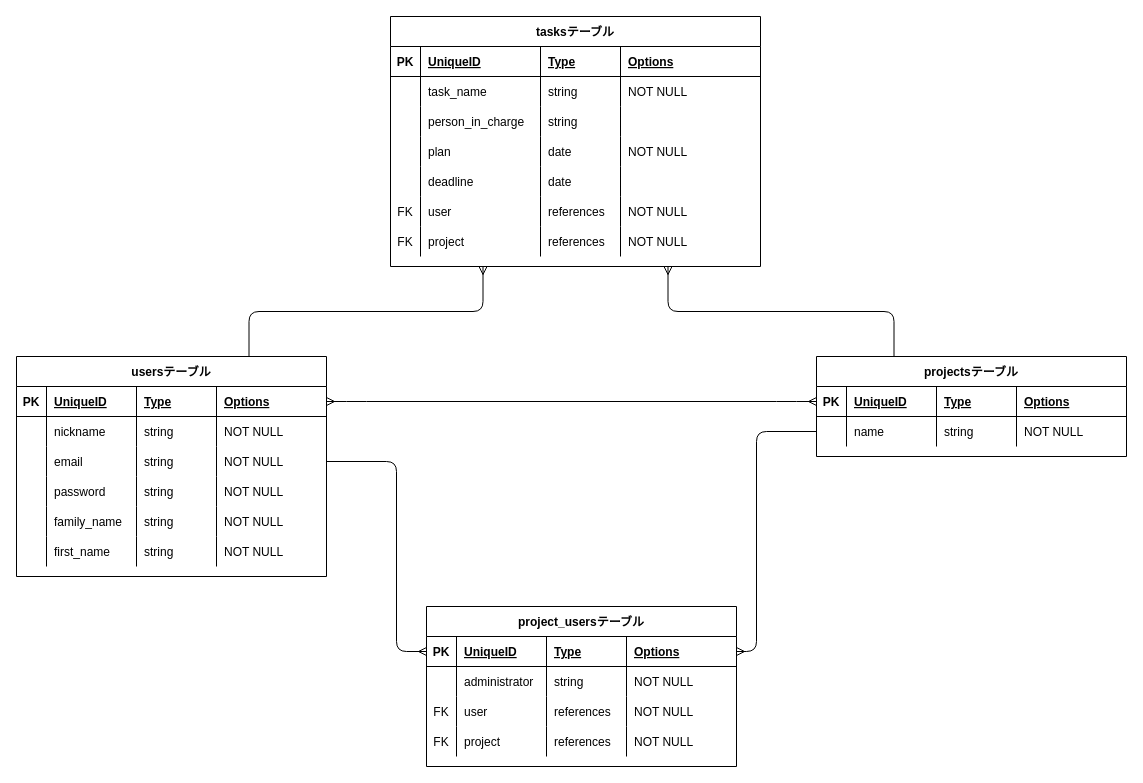
yosuke-yagishita/puromane-30458 keeps this draw.io diagram as er_draw.dio. Above is the earlier version. Source tidied: cells renumbered, new cells numbered last; positions are measured from the earlier drawing's top-left corner, leaving out a move shared by most shapes. Both pictures are drawn from the tidied source at 100%, with x=0, y=0 at pixel (16, 16).
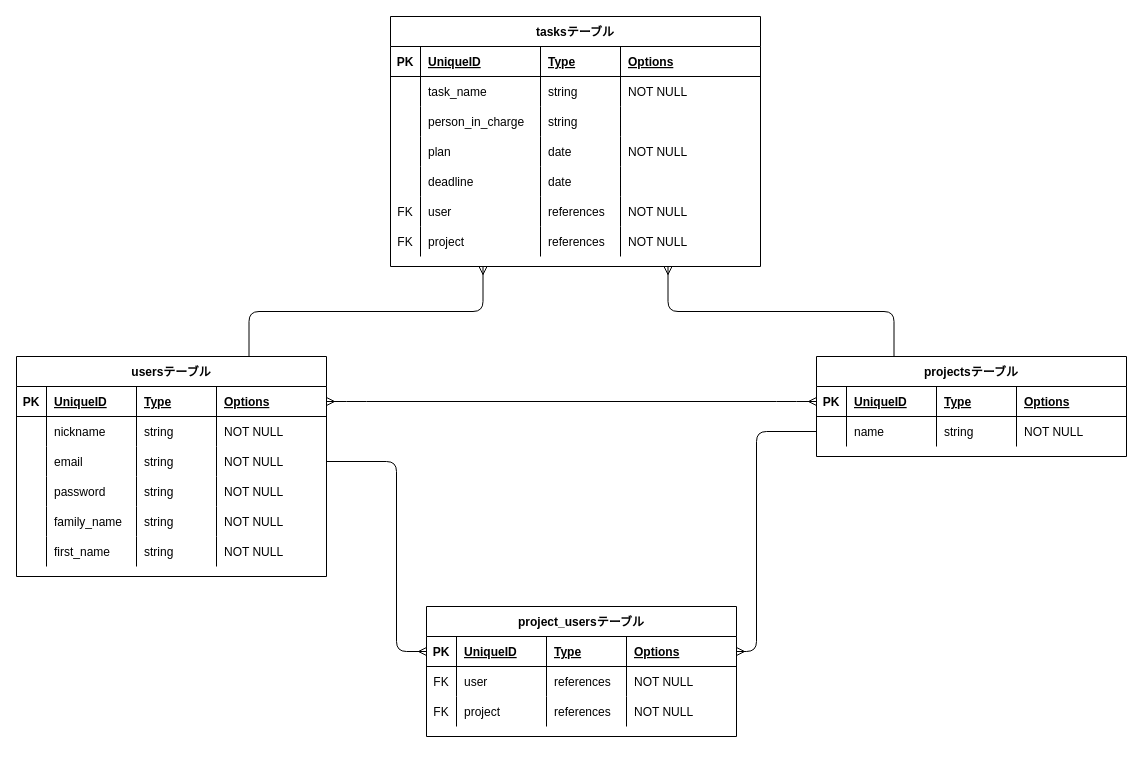
The same diagram, later.

Diff of the diagram source:
```diff
@@
     <mxCell id="45" value="project_usersテーブル" style="shape=table;startSize=30;childLayout=tableLayout;rowLines=0;fontStyle=1;align=center;" parent="1" vertex="1">
-      <mxGeometry x="410" y="590" width="310" height="160" as="geometry" />
+      <mxGeometry x="410" y="590" width="310" height="130" as="geometry" />
     </mxCell>
@@
-    <mxCell id="51" style="shape=partialRectangle;fillColor=none;top=0;left=0;bottom=0;right=0;" parent="45" vertex="1">
-      <mxGeometry y="60" width="310" height="30" as="geometry" />
-    </mxCell>
-    <mxCell id="52" style="shape=partialRectangle;fillColor=none;top=0;left=0;bottom=0;right=0;overflow=hidden;" parent="51" vertex="1">
-      <mxGeometry width="30" height="30" as="geometry" />
-    </mxCell>
-    <mxCell id="53" value="administrator" style="shape=partialRectangle;fillColor=none;top=0;left=0;bottom=0;right=0;align=left;spacingLeft=6;overflow=hidden;" parent="51" vertex="1">
-      <mxGeometry x="30" width="90" height="30" as="geometry" />
-    </mxCell>
-    <mxCell id="54" value="string" style="shape=partialRectangle;fillColor=none;top=0;left=0;bottom=0;right=0;align=left;spacingLeft=6;overflow=hidden;" parent="51" vertex="1">
-      <mxGeometry x="120" width="80" height="30" as="geometry" />
-    </mxCell>
-    <mxCell id="55" value="NOT NULL" style="shape=partialRectangle;fillColor=none;top=0;left=0;bottom=0;right=0;align=left;spacingLeft=6;overflow=hidden;" parent="51" vertex="1">
-      <mxGeometry x="200" width="110" height="30" as="geometry" />
-    </mxCell>
     <mxCell id="56" style="shape=partialRectangle;fillColor=none;top=0;left=0;bottom=0;right=0;" parent="45" vertex="1">
-      <mxGeometry y="90" width="310" height="30" as="geometry" />
+      <mxGeometry y="60" width="310" height="30" as="geometry" />
     </mxCell>
@@
     <mxCell id="61" style="shape=partialRectangle;fillColor=none;top=0;left=0;bottom=0;right=0;" parent="45" vertex="1">
-      <mxGeometry y="120" width="310" height="30" as="geometry" />
+      <mxGeometry y="90" width="310" height="30" as="geometry" />
     </mxCell>
```
